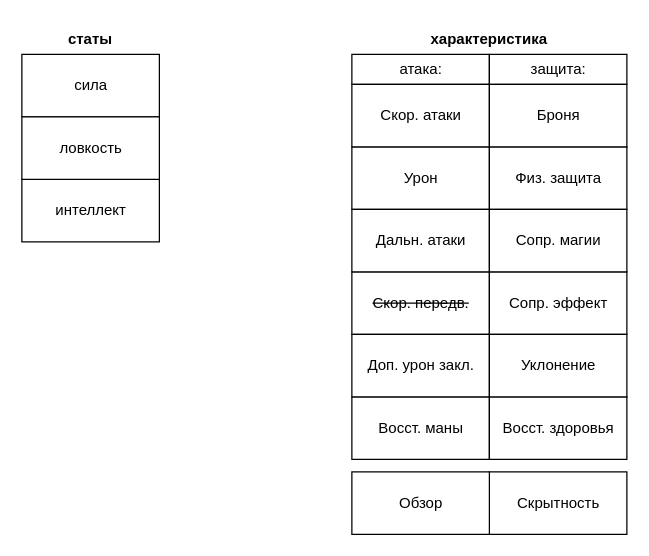
Before: page "statistics and characteristics" (13 of 13) of Architecture.drawio in PhoenixVRN/Mafia, a draw.io diagram. Source tidied: cells renumbered, new cells numbered last; positions are measured from the earlier drawing's top-left corner, leaving out a move shared by most shapes. Both pictures are drawn from the tidied source at 125%, with x=0, y=0 at pixel (21, 21).
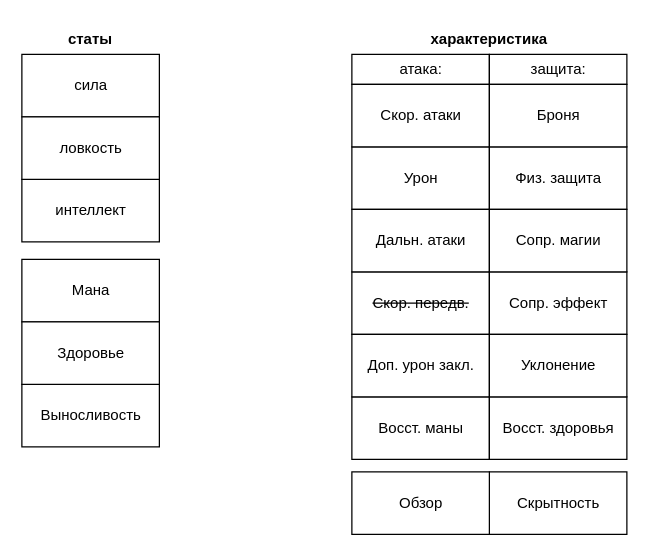
The same page after the edit.

Commit message:
statistics and characteristics

The edit, as a diff of the source:
```diff
@@
+    <mxCell id="23" value="Мана" style="html=1;" parent="1" vertex="1">
+      <mxGeometry y="190" width="110" height="50" as="geometry" />
+    </mxCell>
+    <mxCell id="24" value="Выносливость" style="html=1;" parent="1" vertex="1">
+      <mxGeometry y="290" width="110" height="50" as="geometry" />
+    </mxCell>
+    <mxCell id="25" value="Здоровье" style="html=1;" parent="1" vertex="1">
+      <mxGeometry y="240" width="110" height="50" as="geometry" />
+    </mxCell>
```
